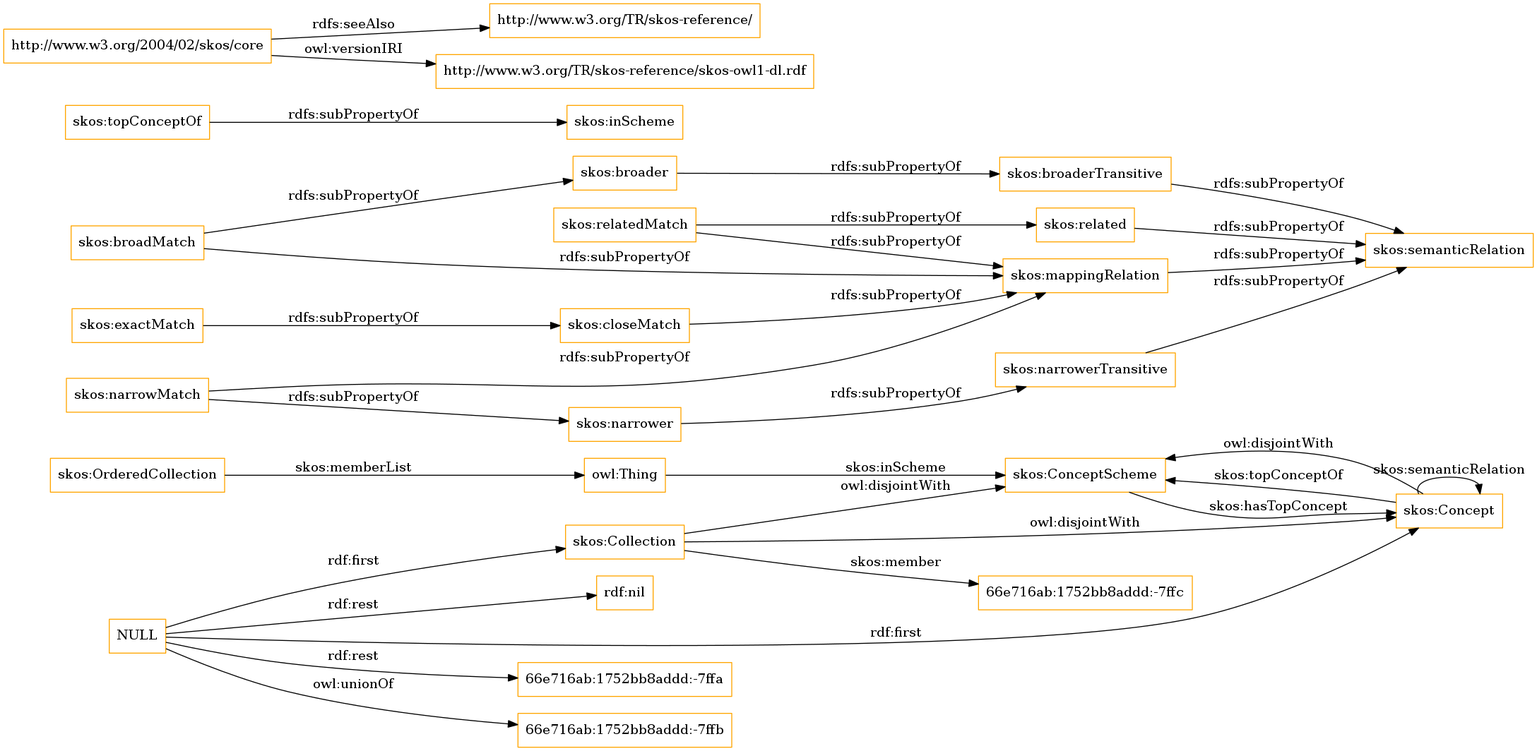
Before: OnToology/imports/skos.owl/diagrams/ar2dtool-class/skos.owl.png, a diagram exported from Graphviz (OnToologyUser/core-ontology-1). Its source is kept beside it as OnToology/imports/skos.owl/diagrams/ar2dtool-class/skos.owl.png.dot.
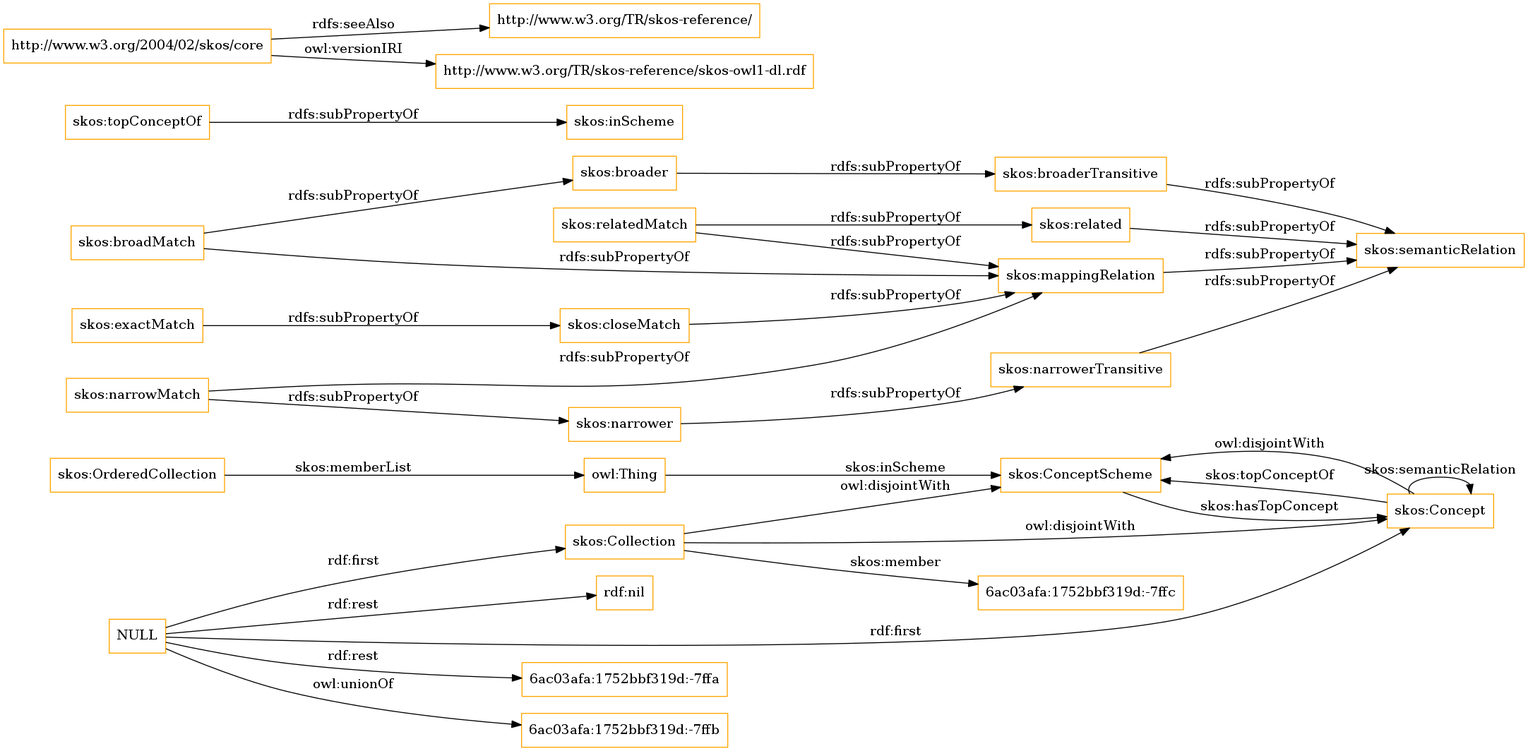
After the change.

Change to the diagram source:
```diff
@@ -1,11 +1,11 @@
 digraph ar2dtool_diagram {
 rankdir=LR;
 size="1501"
-node [shape = rectangle, color="orange"]; "skos:OrderedCollection" "skos:ConceptScheme" "skos:Concept" "skos:Collection" "66e716ab:1752bb8addd:-7ffc" ; /*classes style*/
+node [shape = rectangle, color="orange"]; "skos:OrderedCollection" "skos:ConceptScheme" "skos:Concept" "skos:Collection" "6ac03afa:1752bbf319d:-7ffc" ; /*classes style*/
 	"skos:narrowerTransitive" -> "skos:semanticRelation" [ label = "rdfs:subPropertyOf" ];
-	"NULL" -> "66e716ab:1752bb8addd:-7ffa" [ label = "rdf:rest" ];
+	"NULL" -> "6ac03afa:1752bbf319d:-7ffa" [ label = "rdf:rest" ];
 	"NULL" -> "skos:Collection" [ label = "rdf:first" ];
-	"NULL" -> "66e716ab:1752bb8addd:-7ffb" [ label = "owl:unionOf" ];
+	"NULL" -> "6ac03afa:1752bbf319d:-7ffb" [ label = "owl:unionOf" ];
 	"NULL" -> "rdf:nil" [ label = "rdf:rest" ];
 	"NULL" -> "skos:Concept" [ label = "rdf:first" ];
 	"skos:closeMatch" -> "skos:mappingRelation" [ label = "rdfs:subPropertyOf" ];
@@ -30,7 +30,7 @@
 	"skos:OrderedCollection" -> "owl:Thing" [ label = "skos:memberList" ];
 	"skos:Concept" -> "skos:ConceptScheme" [ label = "skos:topConceptOf" ];
 	"skos:Concept" -> "skos:Concept" [ label = "skos:semanticRelation" ];
-	"skos:Collection" -> "66e716ab:1752bb8addd:-7ffc" [ label = "skos:member" ];
+	"skos:Collection" -> "6ac03afa:1752bbf319d:-7ffc" [ label = "skos:member" ];
 	"skos:ConceptScheme" -> "skos:Concept" [ label = "skos:hasTopConcept" ];
 	"owl:Thing" -> "skos:ConceptScheme" [ label = "skos:inScheme" ];
 
```
